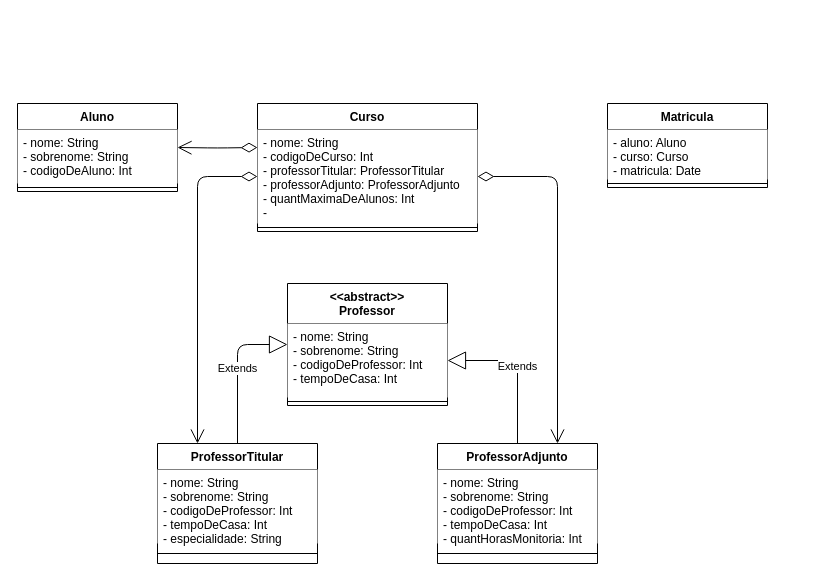
This is uml/parteF.drawio from ItaloJamison/desafioKotlin, a draw.io file, before an edit. Source tidied: cells renumbered, new cells numbered last; positions are measured from the earlier drawing's top-left corner, leaving out a move shared by most shapes. Both pictures are drawn from the tidied source at 100%, with x=0, y=0 at pixel (17, 103).
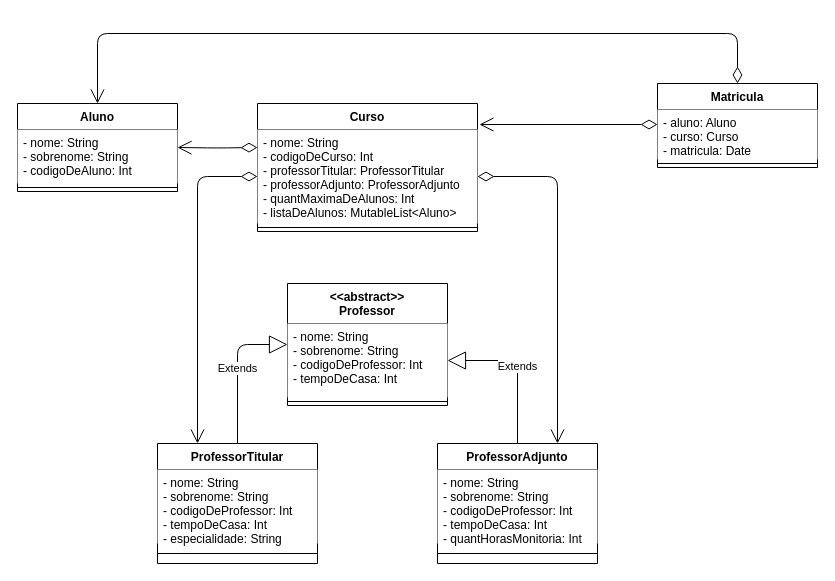
After the change.

Commit message:
Atualizando UML

Unchanged cells that the change refers to:
```xml
<mxCell id="13" value="Curso" style="swimlane;fontStyle=1;align=center;verticalAlign=top;horizontal=1;startSize=26;" parent="1" vertex="1">
  <mxGeometry x="240" width="220" height="128" as="geometry" />
</mxCell>
<mxCell id="19" value="Aluno" style="swimlane;fontStyle=1;align=center;verticalAlign=top;horizontal=1;startSize=26;" parent="1" vertex="1">
  <mxGeometry width="160" height="88" as="geometry" />
</mxCell>
<mxCell id="23" value="- aluno: Aluno&#10;- curso: Curso&#10;- matricula: Date" style="text;strokeColor=none;align=left;verticalAlign=top;spacingLeft=4;spacingRight=4;overflow=hidden;points=[[0,0.5],[1,0.5]];portConstraint=eastwest;fillColor=#ffffff;" parent="22" vertex="1">
  <mxGeometry y="26" width="160" height="50" as="geometry" />
</mxCell>
```

Diff of the diagram source:
```diff
@@
-    <mxCell id="14" value="- nome: String&#10;- codigoDeCurso: Int&#10;- professorTitular: ProfessorTitular&#10;- professorAdjunto: ProfessorAdjunto&#10;- quantMaximaDeAlunos: Int&#10;- &#10;" style="text;strokeColor=none;align=left;verticalAlign=top;spacingLeft=4;spacingRight=4;overflow=hidden;points=[[0,0.5],[1,0.5]];portConstraint=eastwest;fillColor=#ffffff;" parent="13" vertex="1">
+    <mxCell id="14" value="- nome: String&#10;- codigoDeCurso: Int&#10;- professorTitular: ProfessorTitular&#10;- professorAdjunto: ProfessorAdjunto&#10;- quantMaximaDeAlunos: Int&#10;- listaDeAlunos: MutableList&lt;Aluno&gt;&#10;" style="text;strokeColor=none;align=left;verticalAlign=top;spacingLeft=4;spacingRight=4;overflow=hidden;points=[[0,0.5],[1,0.5]];portConstraint=eastwest;fillColor=#ffffff;" parent="13" vertex="1">
       <mxGeometry y="26" width="220" height="94" as="geometry" />
     </mxCell>
@@
+    <mxCell id="25" style="endArrow=open;html=1;endSize=12;startArrow=diamondThin;startSize=14;startFill=0;edgeStyle=orthogonalEdgeStyle;align=left;verticalAlign=bottom;exitX=0.5;exitY=0;exitDx=0;exitDy=0;entryX=0.5;entryY=0;entryDx=0;entryDy=0;" parent="1" edge="1" source="22" target="19">
+      <mxGeometry x="-0.55" y="40" relative="1" as="geometry">
+        <Array as="points">
+          <mxPoint x="720" y="-70" />
+          <mxPoint x="80" y="-70" />
+        </Array>
+      </mxGeometry>
+    </mxCell>
     <mxCell id="22" value="Matricula" style="swimlane;fontStyle=1;align=center;verticalAlign=top;horizontal=1;startSize=26;" parent="1" vertex="1">
-      <mxGeometry x="590" width="160" height="84" as="geometry" />
+      <mxGeometry x="640" y="-20" width="160" height="84" as="geometry" />
     </mxCell>
@@
+    <mxCell id="26" style="endArrow=open;html=1;endSize=12;startArrow=diamondThin;startSize=14;startFill=0;edgeStyle=orthogonalEdgeStyle;align=left;verticalAlign=bottom;entryX=1.009;entryY=-0.053;entryDx=0;entryDy=0;entryPerimeter=0;exitX=0;exitY=0.3;exitDx=0;exitDy=0;exitPerimeter=0;" parent="1" edge="1" source="23" target="14">
+      <mxGeometry x="0.12" y="-41" relative="1" as="geometry" />
+    </mxCell>
```
